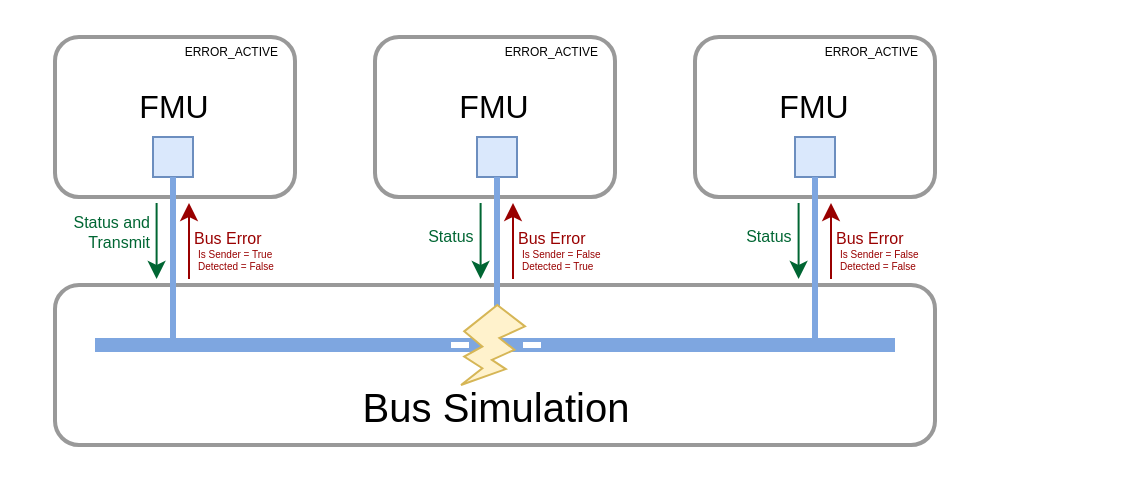
Before: docs/images/can_error_handling_overview.drawio in modelica/fmi-ls-bus, a draw.io diagram. Source tidied: cells renumbered, new cells numbered last; positions are measured from the earlier drawing's top-left corner, leaving out a move shared by most shapes. Both pictures are drawn from the tidied source at 200%, with x=0, y=0 at pixel (34, 36).
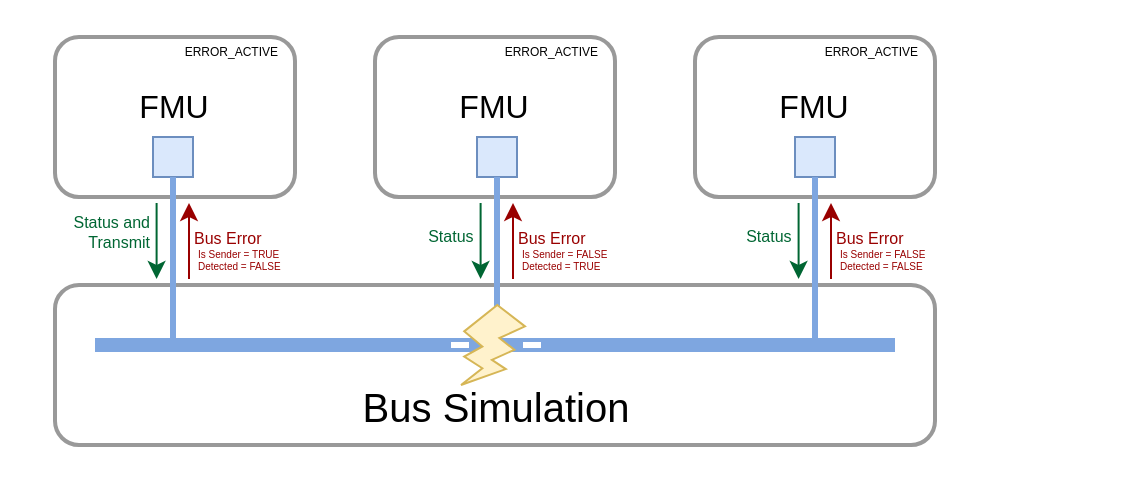
The same diagram, later.

Change to the diagram source:
```diff
@@
-    <mxCell id="25" value="Is Sender = False&lt;br style=&quot;font-size: 5px;&quot;&gt;Detected = True" style="text;html=1;strokeColor=none;fillColor=none;align=left;verticalAlign=middle;whiteSpace=wrap;rounded=0;fontSize=5;fontColor=#990000;" parent="1" vertex="1">
+    <mxCell id="25" value="Is Sender = FALSE&lt;br style=&quot;font-size: 5px;&quot;&gt;Detected = TRUE" style="text;html=1;strokeColor=none;fillColor=none;align=left;verticalAlign=middle;whiteSpace=wrap;rounded=0;fontSize=5;fontColor=#990000;" parent="1" vertex="1">
       <mxGeometry x="242" y="106" width="132" height="10" as="geometry" />
     </mxCell>
@@
-    <mxCell id="27" value="Is Sender = False&lt;br style=&quot;font-size: 5px;&quot;&gt;Detected = False" style="text;html=1;strokeColor=none;fillColor=none;align=left;verticalAlign=middle;whiteSpace=wrap;rounded=0;fontSize=5;fontColor=#990000;" parent="1" vertex="1">
+    <mxCell id="27" value="Is Sender = FALSE&lt;br style=&quot;font-size: 5px;&quot;&gt;Detected = FALSE" style="text;html=1;strokeColor=none;fillColor=none;align=left;verticalAlign=middle;whiteSpace=wrap;rounded=0;fontSize=5;fontColor=#990000;" parent="1" vertex="1">
       <mxGeometry x="401" y="106" width="132" height="10" as="geometry" />
     </mxCell>
@@
-    <mxCell id="29" value="Is Sender = True&lt;br style=&quot;font-size: 5px;&quot;&gt;Detected = False" style="text;html=1;strokeColor=none;fillColor=none;align=left;verticalAlign=middle;whiteSpace=wrap;rounded=0;fontSize=5;fontColor=#990000;" parent="1" vertex="1">
+    <mxCell id="29" value="Is Sender = TRUE&lt;br style=&quot;font-size: 5px;&quot;&gt;Detected = FALSE" style="text;html=1;strokeColor=none;fillColor=none;align=left;verticalAlign=middle;whiteSpace=wrap;rounded=0;fontSize=5;fontColor=#990000;" parent="1" vertex="1">
       <mxGeometry x="80" y="106" width="132" height="10" as="geometry" />
     </mxCell>
```
